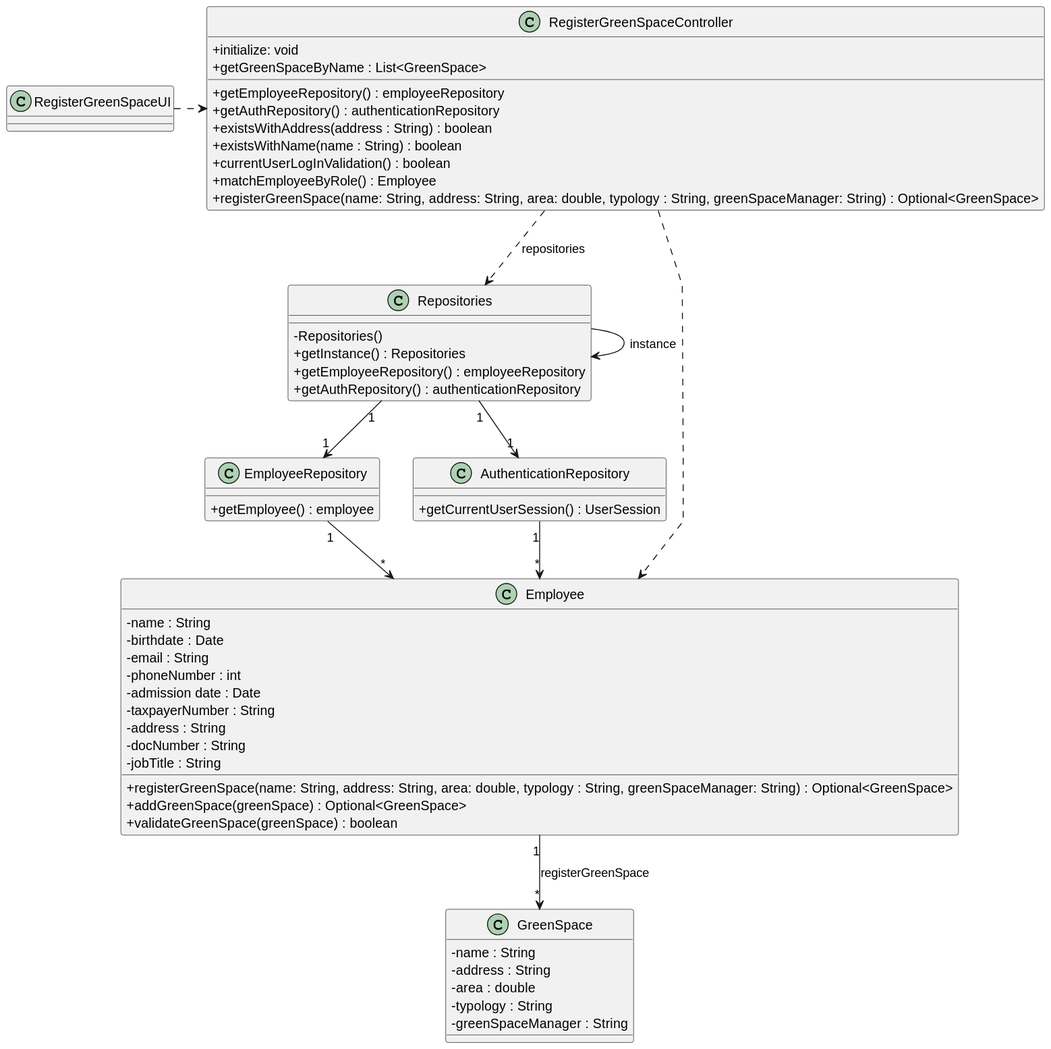
Above: docs/sprintC/US020/03.design/svg/us020-class-diagram.svg in LopemigueISEP/lei-24-s2-1nb-g312 (PlantUML), before the change.
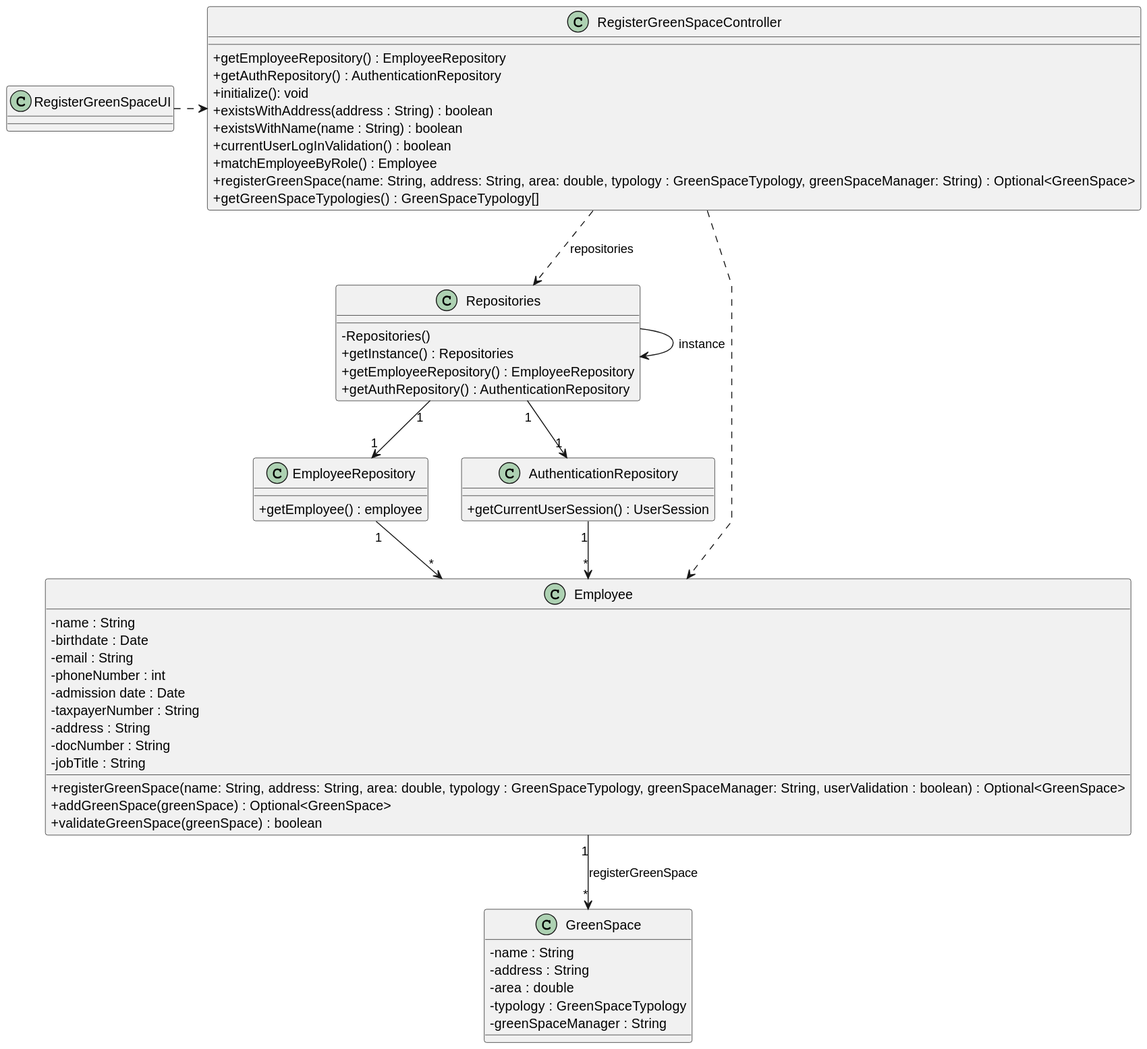
Above is the later version.

What changed in the source:
```diff
@@ -11,23 +11,22 @@
 }
 
 class RegisterGreenSpaceController {
-    + initialize: void
-    + getEmployeeRepository() : employeeRepository
-    + getAuthRepository() : authenticationRepository
-    + getGreenSpaceByName : List<GreenSpace>
+    + getEmployeeRepository() : EmployeeRepository
+    + getAuthRepository() : AuthenticationRepository
+    + initialize(): void
     + existsWithAddress(address : String) : boolean
     + existsWithName(name : String) : boolean
     + currentUserLogInValidation() : boolean
     + matchEmployeeByRole() : Employee
-    + registerGreenSpace(name: String, address: String, area: double, typology : String, greenSpaceManager: String) : Optional<GreenSpace>
-
-}
+    + registerGreenSpace(name: String, address: String, area: double, typology : GreenSpaceTypology, greenSpaceManager: String) : Optional<GreenSpace>
+    + getGreenSpaceTypologies() : GreenSpaceTypology[]
+    }
 
 class Repositories {
      - Repositories()
      + getInstance() : Repositories
-     + getEmployeeRepository() : employeeRepository
-     + getAuthRepository() : authenticationRepository
+     + getEmployeeRepository() : EmployeeRepository
+     + getAuthRepository() : AuthenticationRepository
 
 }
 
@@ -41,7 +40,7 @@
     -address : String
     -docNumber : String
     -jobTitle : String
-    +registerGreenSpace(name: String, address: String, area: double, typology : String, greenSpaceManager: String) : Optional<GreenSpace>
+    +registerGreenSpace(name: String, address: String, area: double, typology : GreenSpaceTypology, greenSpaceManager: String, userValidation : boolean) : Optional<GreenSpace>
     +addGreenSpace(greenSpace) : Optional<GreenSpace>
     +validateGreenSpace(greenSpace) : boolean
 
@@ -59,7 +58,7 @@
         -name : String
         -address : String
         -area : double
-        -typology : String
+        -typology : GreenSpaceTypology
         - greenSpaceManager : String
 }
 
```
